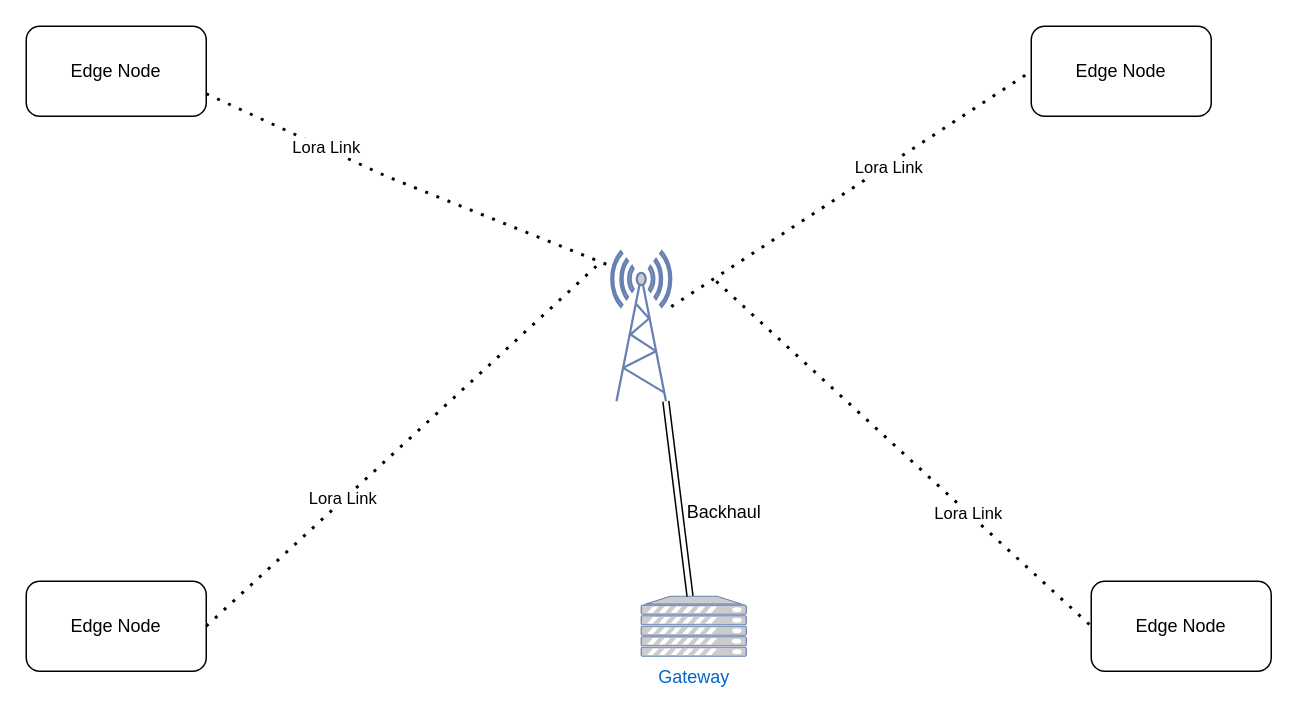
Before: week_6/img/systemOverview.drawio in raynayx/OrangeStars, a draw.io diagram. Source tidied: cells renumbered, new cells numbered last; positions are measured from the earlier drawing's top-left corner, leaving out a move shared by most shapes. Both pictures are drawn from the tidied source at 150%, with x=0, y=0 at pixel (26, 26).
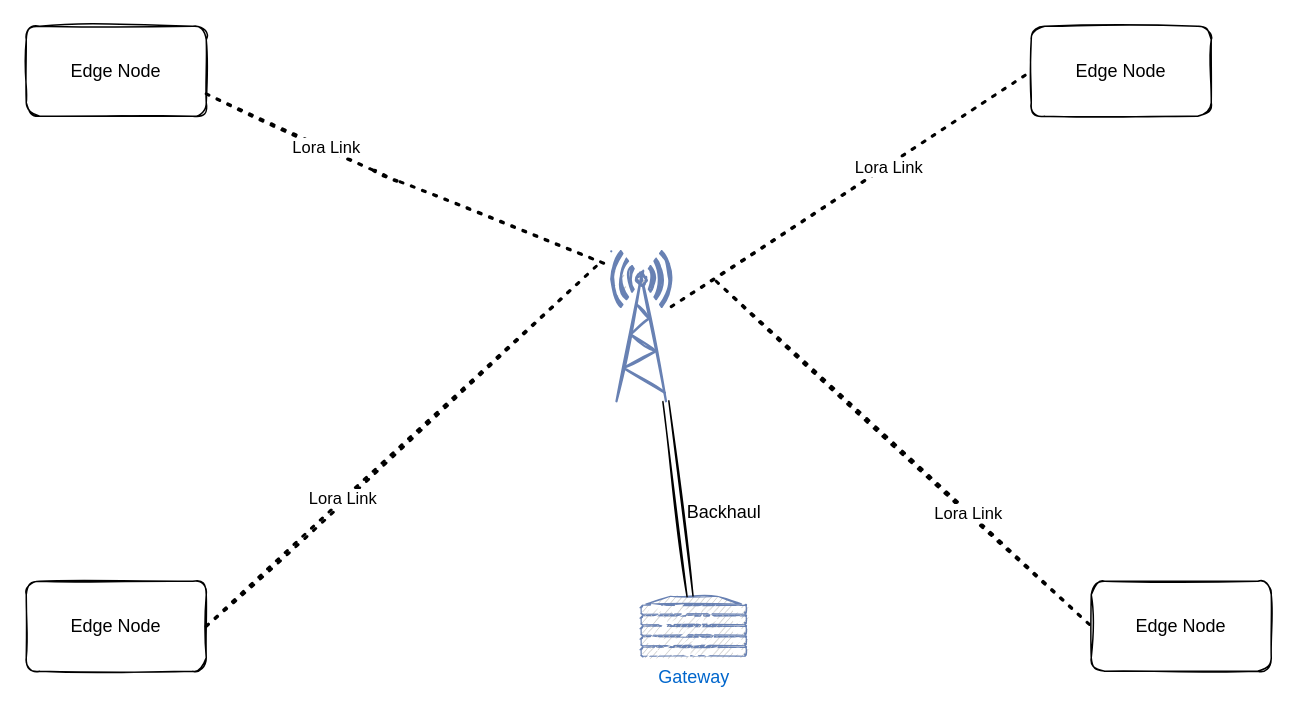
The same diagram, later.

What changed in the source:
```diff
@@
-    <mxCell id="2" value="Edge Node" style="rounded=1;whiteSpace=wrap;html=1;" parent="1" vertex="1">
+    <mxCell id="2" value="Edge Node" style="rounded=1;whiteSpace=wrap;html=1;sketch=1;" parent="1" vertex="1">
       <mxGeometry width="120" height="60" as="geometry" />
     </mxCell>
-    <mxCell id="3" style="endArrow=none;dashed=1;html=1;dashPattern=1 3;strokeWidth=2;rounded=0;exitX=1;exitY=0.75;exitDx=0;exitDy=0;entryX=0;entryY=0.1;entryDx=0;entryDy=0;entryPerimeter=0;" parent="1" edge="1" source="2" target="9">
+    <mxCell id="3" style="endArrow=none;dashed=1;html=1;dashPattern=1 3;strokeWidth=2;rounded=1;exitX=1;exitY=0.75;exitDx=0;exitDy=0;entryX=0;entryY=0.1;entryDx=0;entryDy=0;entryPerimeter=0;sketch=1;" parent="1" edge="1" source="2" target="9">
       <mxGeometry relative="1" as="geometry">
         <Array as="points">
           <mxPoint x="240" y="100" />
         </Array>
       </mxGeometry>
     </mxCell>
-    <mxCell id="4" value="Lora Link" style="edgeLabel;html=1;align=center;verticalAlign=middle;" parent="3" vertex="1">
+    <mxCell id="4" value="Lora Link" style="edgeLabel;html=1;align=center;verticalAlign=middle;rounded=1;sketch=1;" parent="3" vertex="1">
       <mxGeometry x="-0.28" y="10" relative="1" as="geometry">
         <mxPoint x="-21" as="offset" />
       </mxGeometry>
     </mxCell>
-    <mxCell id="5" value="Edge Node" style="rounded=1;whiteSpace=wrap;html=1;" parent="1" vertex="1">
+    <mxCell id="5" value="Edge Node" style="rounded=1;whiteSpace=wrap;html=1;sketch=1;" parent="1" vertex="1">
       <mxGeometry y="370" width="120" height="60" as="geometry" />
     </mxCell>
-    <mxCell id="6" style="endArrow=none;dashed=1;html=1;dashPattern=1 3;strokeWidth=2;rounded=0;exitX=1;exitY=0.5;exitDx=0;exitDy=0;" parent="1" edge="1" source="5">
+    <mxCell id="6" style="endArrow=none;dashed=1;html=1;dashPattern=1 3;strokeWidth=2;rounded=1;exitX=1;exitY=0.5;exitDx=0;exitDy=0;sketch=1;" parent="1" edge="1" source="5">
       <mxGeometry relative="1" as="geometry">
         <mxPoint x="380" y="160" as="targetPoint" />
       </mxGeometry>
     </mxCell>
-    <mxCell id="7" value="Edge Node" style="rounded=1;whiteSpace=wrap;html=1;" parent="1" vertex="1">
+    <mxCell id="7" value="Edge Node" style="rounded=1;whiteSpace=wrap;html=1;sketch=1;" parent="1" vertex="1">
       <mxGeometry x="670" width="120" height="60" as="geometry" />
     </mxCell>
-    <mxCell id="8" value="Edge Node" style="rounded=1;whiteSpace=wrap;html=1;" parent="1" vertex="1">
+    <mxCell id="8" value="Edge Node" style="rounded=1;whiteSpace=wrap;html=1;sketch=1;" parent="1" vertex="1">
       <mxGeometry x="710" y="370" width="120" height="60" as="geometry" />
     </mxCell>
-    <mxCell id="9" style="fontColor=#0066CC;verticalAlign=top;verticalLabelPosition=bottom;labelPosition=center;align=center;html=1;outlineConnect=0;fillColor=#CCCCCC;strokeColor=#6881B3;gradientColor=none;gradientDirection=north;strokeWidth=2;shape=mxgraph.networks.radio_tower;" parent="1" vertex="1">
+    <mxCell id="9" style="fontColor=#0066CC;verticalAlign=top;verticalLabelPosition=bottom;labelPosition=center;align=center;html=1;outlineConnect=0;fillColor=#CCCCCC;strokeColor=#6881B3;gradientColor=none;gradientDirection=north;strokeWidth=2;shape=mxgraph.networks.radio_tower;rounded=1;sketch=1;" parent="1" vertex="1">
       <mxGeometry x="390" y="150" width="40" height="100" as="geometry" />
     </mxCell>
-    <mxCell id="10" style="endArrow=none;dashed=1;html=1;dashPattern=1 3;strokeWidth=2;rounded=0;entryX=0;entryY=0.5;entryDx=0;entryDy=0;" parent="1" edge="1" source="9" target="7">
+    <mxCell id="10" style="endArrow=none;dashed=1;html=1;dashPattern=1 3;strokeWidth=2;rounded=1;entryX=0;entryY=0.5;entryDx=0;entryDy=0;sketch=1;" parent="1" edge="1" source="9" target="7">
       <mxGeometry relative="1" as="geometry" />
     </mxCell>
-    <mxCell id="11" style="endArrow=none;dashed=1;html=1;dashPattern=1 3;strokeWidth=2;rounded=0;entryX=0;entryY=0.5;entryDx=0;entryDy=0;" parent="1" edge="1" target="8">
+    <mxCell id="11" style="endArrow=none;dashed=1;html=1;dashPattern=1 3;strokeWidth=2;rounded=1;entryX=0;entryY=0.5;entryDx=0;entryDy=0;sketch=1;" parent="1" edge="1" target="8">
       <mxGeometry relative="1" as="geometry">
         <mxPoint x="460" y="170" as="sourcePoint" />
       </mxGeometry>
     </mxCell>
-    <mxCell id="12" style="edgeStyle=orthogonalEdgeStyle;rounded=0;orthogonalLoop=1;jettySize=auto;html=1;exitX=0.5;exitY=1;exitDx=0;exitDy=0;exitPerimeter=0;" parent="1" edge="1" source="9" target="9">
+    <mxCell id="12" style="edgeStyle=orthogonalEdgeStyle;rounded=1;orthogonalLoop=1;jettySize=auto;html=1;exitX=0.5;exitY=1;exitDx=0;exitDy=0;exitPerimeter=0;sketch=1;" parent="1" edge="1" source="9" target="9">
       <mxGeometry relative="1" as="geometry" />
     </mxCell>
-    <mxCell id="13" value="Gateway" style="fontColor=#0066CC;verticalAlign=top;verticalLabelPosition=bottom;labelPosition=center;align=center;html=1;outlineConnect=0;fillColor=#CCCCCC;strokeColor=#6881B3;gradientColor=none;gradientDirection=north;strokeWidth=2;shape=mxgraph.networks.server;" parent="1" vertex="1">
+    <mxCell id="13" value="Gateway" style="fontColor=#0066CC;verticalAlign=top;verticalLabelPosition=bottom;labelPosition=center;align=center;html=1;outlineConnect=0;fillColor=#CCCCCC;strokeColor=#6881B3;gradientColor=none;gradientDirection=north;strokeWidth=2;shape=mxgraph.networks.server;rounded=1;sketch=1;" parent="1" vertex="1">
       <mxGeometry x="410" y="380" width="70" height="40" as="geometry" />
     </mxCell>
-    <mxCell id="14" style="shape=link;html=1;rounded=0;exitX=0.91;exitY=1;exitDx=0;exitDy=0;exitPerimeter=0;" parent="1" edge="1" source="9" target="13">
+    <mxCell id="14" style="shape=link;html=1;rounded=1;exitX=0.91;exitY=1;exitDx=0;exitDy=0;exitPerimeter=0;sketch=1;" parent="1" edge="1" source="9" target="13">
       <mxGeometry relative="1" as="geometry" />
     </mxCell>
-    <mxCell id="15" value="Lora Link" style="edgeLabel;html=1;align=center;verticalAlign=middle;" parent="1" vertex="1">
+    <mxCell id="15" value="Lora Link" style="edgeLabel;html=1;align=center;verticalAlign=middle;rounded=1;sketch=1;" parent="1" vertex="1">
       <mxGeometry x="210.5" y="314.1" as="geometry" />
     </mxCell>
-    <mxCell id="16" value="Lora Link" style="edgeLabel;html=1;align=center;verticalAlign=middle;" parent="1" vertex="1">
+    <mxCell id="16" value="Lora Link" style="edgeLabel;html=1;align=center;verticalAlign=middle;rounded=1;sketch=1;" parent="1" vertex="1">
       <mxGeometry x="627.5" y="324.1" as="geometry" />
     </mxCell>
-    <mxCell id="17" value="Lora Link" style="edgeLabel;html=1;align=center;verticalAlign=middle;" parent="1" vertex="1">
+    <mxCell id="17" value="Lora Link" style="edgeLabel;html=1;align=center;verticalAlign=middle;rounded=1;sketch=1;" parent="1" vertex="1">
       <mxGeometry x="574.5" y="93.1" as="geometry" />
     </mxCell>
-    <mxCell id="18" value="Backhaul" style="text;html=1;align=center;verticalAlign=middle;strokeColor=none;fillColor=none;" parent="1" vertex="1">
+    <mxCell id="18" value="Backhaul" style="text;html=1;align=center;verticalAlign=middle;strokeColor=none;fillColor=none;rounded=1;sketch=1;" parent="1" vertex="1">
       <mxGeometry x="430" y="314.1" width="70" height="20" as="geometry" />
     </mxCell>
```
